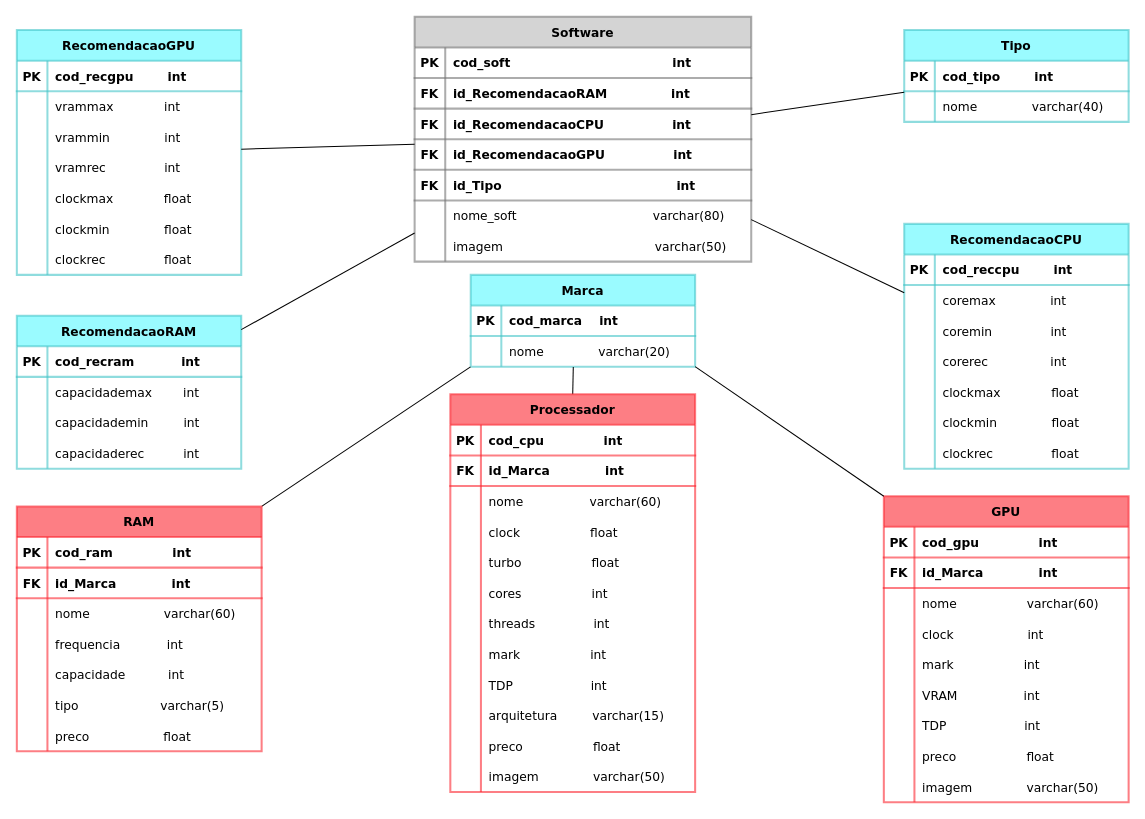
ProjectGHYM/IFSP-PJI2-GR05-GHYM_Hardware_Comparison keeps this draw.io diagram as page "MER" (2 of 2) of IFSP-PJI-G05-MODELOS/Abstração do Banco de dados - GHYM.drawio. Above is the earlier version. Source tidied: cells renumbered, new cells numbered last; positions are measured from the earlier drawing's top-left corner, leaving out a move shared by most shapes. Both pictures are drawn from the tidied source at 102%, with x=0, y=0 at pixel (16, 16).
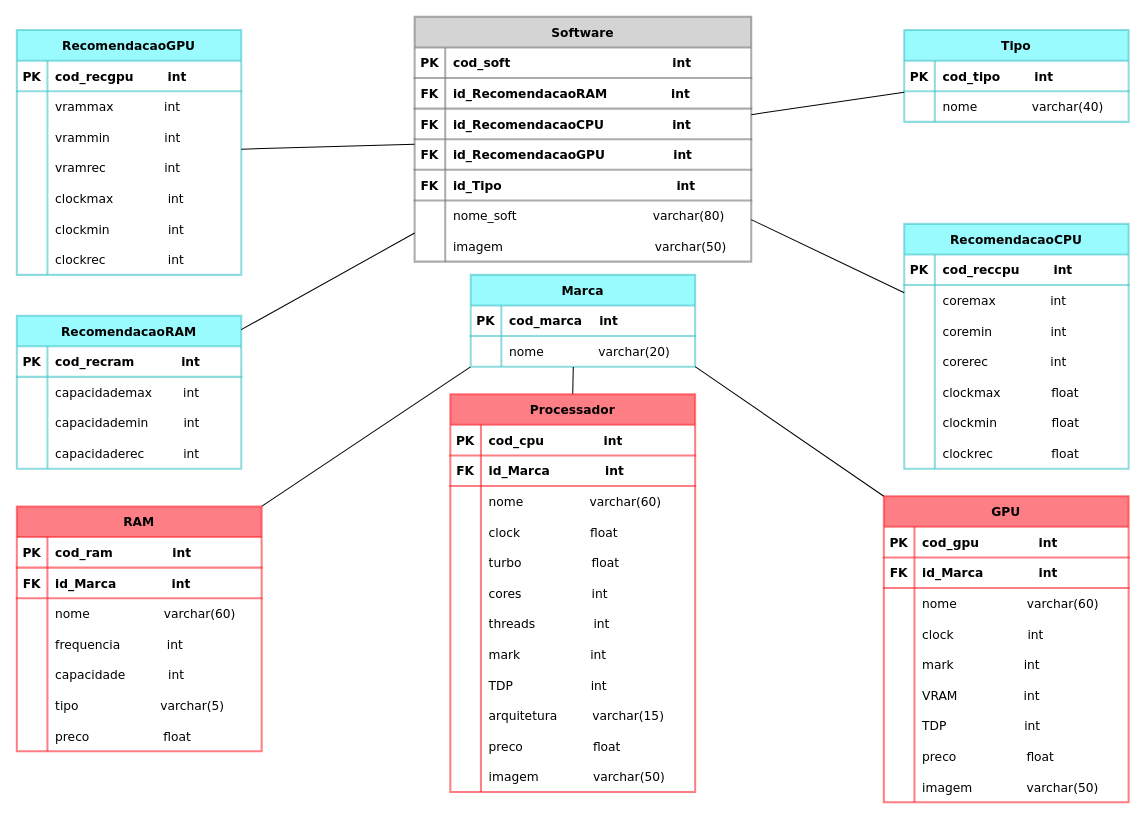
After the change.

Unchanged cells that the change refers to:
```xml
<mxCell id="15" style="shape=tableRow;horizontal=0;startSize=0;swimlaneHead=0;swimlaneBody=0;fillColor=none;top=0;left=0;right=0;bottom=0;shadow=0;fontFamily=Verdana;strokeColor=#45C5C9;strokeWidth=2;opacity=60;" parent="2" vertex="1">
  <mxGeometry y="150" width="220" height="30" as="geometry" />
</mxCell>
<mxCell id="18" style="shape=tableRow;horizontal=0;startSize=0;swimlaneHead=0;swimlaneBody=0;fillColor=none;top=0;left=0;right=0;bottom=0;shadow=0;fontFamily=Verdana;strokeColor=#45C5C9;strokeWidth=2;opacity=60;" parent="2" vertex="1">
  <mxGeometry y="180" width="220" height="30" as="geometry" />
</mxCell>
<mxCell id="21" style="shape=tableRow;horizontal=0;startSize=0;swimlaneHead=0;swimlaneBody=0;fillColor=none;top=0;left=0;right=0;bottom=0;shadow=0;fontFamily=Verdana;strokeColor=#45C5C9;strokeWidth=2;opacity=60;" parent="2" vertex="1">
  <mxGeometry y="210" width="220" height="30" as="geometry" />
</mxCell>
```

What changed in the source:
```diff
@@
-    <mxCell id="17" value="clockmax             float" style="shape=partialRectangle;fillColor=none;top=0;left=0;bottom=0;right=0;align=left;spacingLeft=6;overflow=hidden;shadow=0;fontFamily=Verdana;strokeColor=#45C5C9;strokeWidth=2;opacity=60;" parent="15" vertex="1">
+    <mxCell id="17" value="clockmax              int" style="shape=partialRectangle;fillColor=none;top=0;left=0;bottom=0;right=0;align=left;spacingLeft=6;overflow=hidden;shadow=0;fontFamily=Verdana;strokeColor=#45C5C9;strokeWidth=2;opacity=60;" parent="15" vertex="1">
       <mxGeometry x="30" width="190" height="30" as="geometry" />
     </mxCell>
@@
-    <mxCell id="20" value="clockmin              float" style="shape=partialRectangle;fillColor=none;top=0;left=0;bottom=0;right=0;align=left;spacingLeft=6;overflow=hidden;shadow=0;fontFamily=Verdana;strokeColor=#45C5C9;strokeWidth=2;opacity=60;" parent="18" vertex="1">
+    <mxCell id="20" value="clockmin               int" style="shape=partialRectangle;fillColor=none;top=0;left=0;bottom=0;right=0;align=left;spacingLeft=6;overflow=hidden;shadow=0;fontFamily=Verdana;strokeColor=#45C5C9;strokeWidth=2;opacity=60;" parent="18" vertex="1">
       <mxGeometry x="30" width="190" height="30" as="geometry" />
     </mxCell>
@@
-    <mxCell id="23" value="clockrec               float" style="shape=partialRectangle;fillColor=none;top=0;left=0;bottom=0;right=0;align=left;spacingLeft=6;overflow=hidden;shadow=0;fontFamily=Verdana;strokeColor=#45C5C9;strokeWidth=2;opacity=60;" parent="21" vertex="1">
+    <mxCell id="23" value="clockrec                int" style="shape=partialRectangle;fillColor=none;top=0;left=0;bottom=0;right=0;align=left;spacingLeft=6;overflow=hidden;shadow=0;fontFamily=Verdana;strokeColor=#45C5C9;strokeWidth=2;opacity=60;" parent="21" vertex="1">
       <mxGeometry x="30" width="190" height="30" as="geometry" />
     </mxCell>
```
